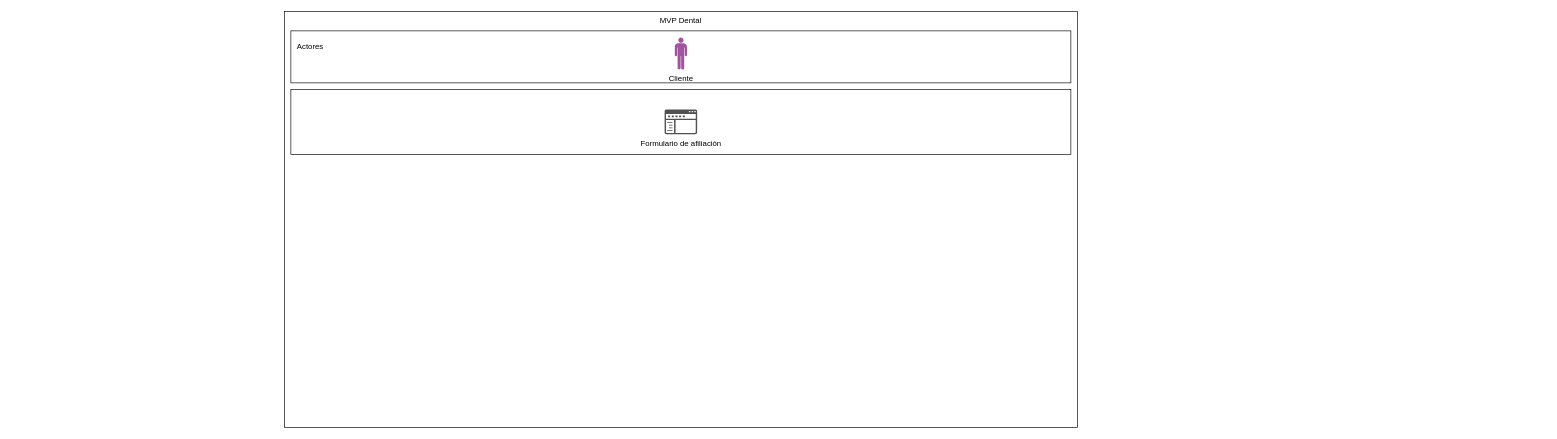
fabianzunigarosales/diagramas keeps this draw.io diagram as Diagrama sin título.drawio. Above is the earlier version. Source tidied: cells renumbered, new cells numbered last; positions are measured from the earlier drawing's top-left corner, leaving out a move shared by most shapes. Both pictures are drawn from the tidied source at 65%, with x=0, y=0 at pixel (284, 11).
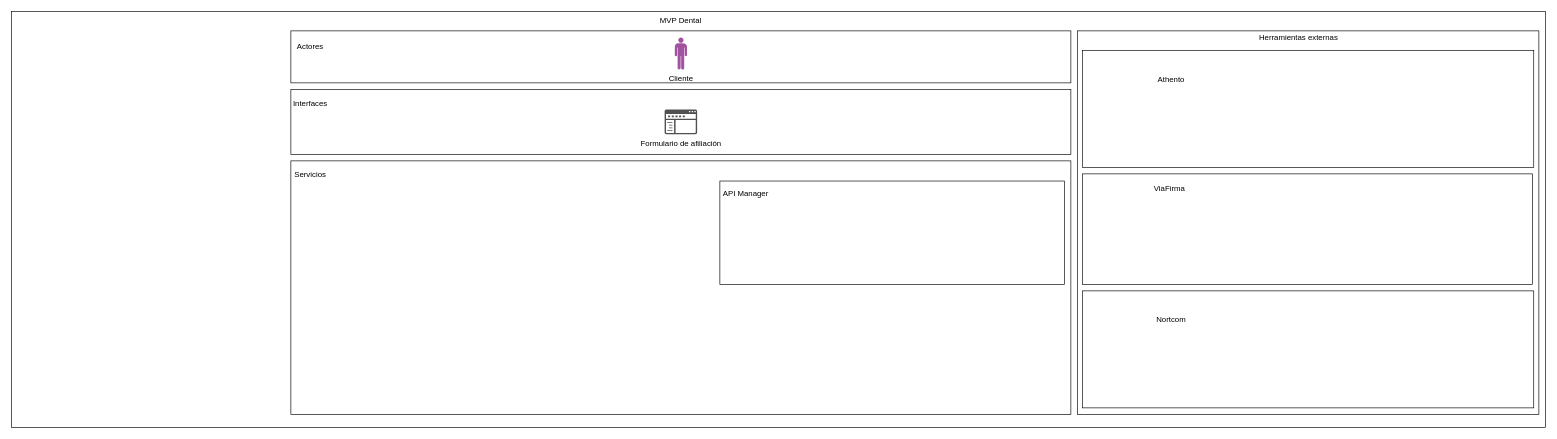
The same page after the edit.

Unchanged cells that the change refers to:
```xml
<mxCell id="7" style="rounded=0;whiteSpace=wrap;html=1;" parent="1" vertex="1">
  <mxGeometry x="10" y="120" width="1200" height="100" as="geometry" />
</mxCell>
```

The edit, as a diff of the source:
```diff
@@
     <mxCell id="2" style="rounded=0;whiteSpace=wrap;html=1;align=left;" parent="1" vertex="1">
-      <mxGeometry width="1220" height="640" as="geometry" />
+      <mxGeometry x="-420" width="2360" height="640" as="geometry" />
     </mxCell>
@@
+    <mxCell id="9" value="Interfaces" style="text;html=1;strokeColor=none;fillColor=none;align=center;verticalAlign=middle;whiteSpace=wrap;rounded=0;" parent="7" vertex="1">
+      <mxGeometry y="12" width="60" height="20" as="geometry" />
+    </mxCell>
@@
+    <mxCell id="10" style="rounded=0;whiteSpace=wrap;html=1;" parent="1" vertex="1">
+      <mxGeometry x="10" y="230" width="1200" height="390" as="geometry" />
+    </mxCell>
+    <mxCell id="11" value="Servicios" style="text;html=1;strokeColor=none;fillColor=none;align=center;verticalAlign=middle;whiteSpace=wrap;rounded=0;" parent="10" vertex="1">
+      <mxGeometry y="10" width="60" height="21" as="geometry" />
+    </mxCell>
+    <mxCell id="12" style="rounded=0;whiteSpace=wrap;html=1;" parent="10" vertex="1">
+      <mxGeometry x="660" y="31" width="530" height="159" as="geometry" />
+    </mxCell>
+    <mxCell id="13" value="API Manager" style="text;html=1;strokeColor=none;fillColor=none;align=center;verticalAlign=middle;whiteSpace=wrap;rounded=0;" parent="12" vertex="1">
+      <mxGeometry y="9" width="80" height="21" as="geometry" />
+    </mxCell>
+    <mxCell id="14" style="rounded=0;whiteSpace=wrap;html=1;" parent="1" vertex="1">
+      <mxGeometry x="1220" y="30" width="710" height="590" as="geometry" />
+    </mxCell>
+    <mxCell id="15" style="rounded=0;whiteSpace=wrap;html=1;" parent="14" vertex="1">
+      <mxGeometry x="7.9" y="30" width="694.2" height="180" as="geometry" />
+    </mxCell>
+    <mxCell id="16" value="Athento" style="text;html=1;strokeColor=none;fillColor=none;align=center;verticalAlign=middle;whiteSpace=wrap;rounded=0;" parent="15" vertex="1">
+      <mxGeometry x="45.8" y="18" width="181.3" height="54" as="geometry" />
+    </mxCell>
+    <mxCell id="17" style="rounded=0;whiteSpace=wrap;html=1;" parent="14" vertex="1">
+      <mxGeometry x="7.9" y="220" width="692.1" height="170" as="geometry" />
+    </mxCell>
+    <mxCell id="18" value="ViaFirma" style="text;html=1;strokeColor=none;fillColor=none;align=center;verticalAlign=middle;whiteSpace=wrap;rounded=0;" parent="17" vertex="1">
+      <mxGeometry x="45" y="9.4" width="178.2" height="28.1" as="geometry" />
+    </mxCell>
+    <mxCell id="19" value="Herramientas externas" style="text;html=1;strokeColor=none;fillColor=none;align=center;verticalAlign=middle;whiteSpace=wrap;rounded=0;" parent="14" vertex="1">
+      <mxGeometry x="250" width="181.3" height="20" as="geometry" />
+    </mxCell>
+    <mxCell id="20" style="rounded=0;whiteSpace=wrap;html=1;" parent="14" vertex="1">
+      <mxGeometry x="7.9" y="400" width="694.2" height="180" as="geometry" />
+    </mxCell>
+    <mxCell id="21" value="Nortcom" style="text;html=1;strokeColor=none;fillColor=none;align=center;verticalAlign=middle;whiteSpace=wrap;rounded=0;" parent="20" vertex="1">
+      <mxGeometry x="45.8" y="18" width="181.3" height="54" as="geometry" />
+    </mxCell>
```
